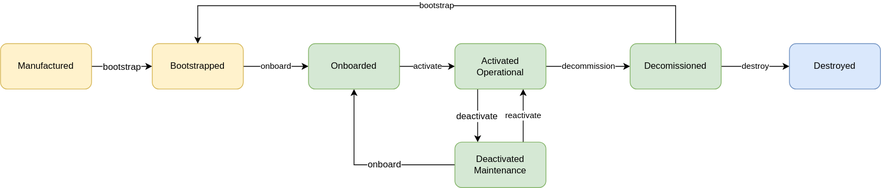
Earlier version of the draw.io export proposals/unified device lifecycle.svg (w3c/wot-architecture). Source tidied: cells renumbered, new cells last; positions are measured from the earlier drawing's top-left corner, leaving out a move shared by most shapes.
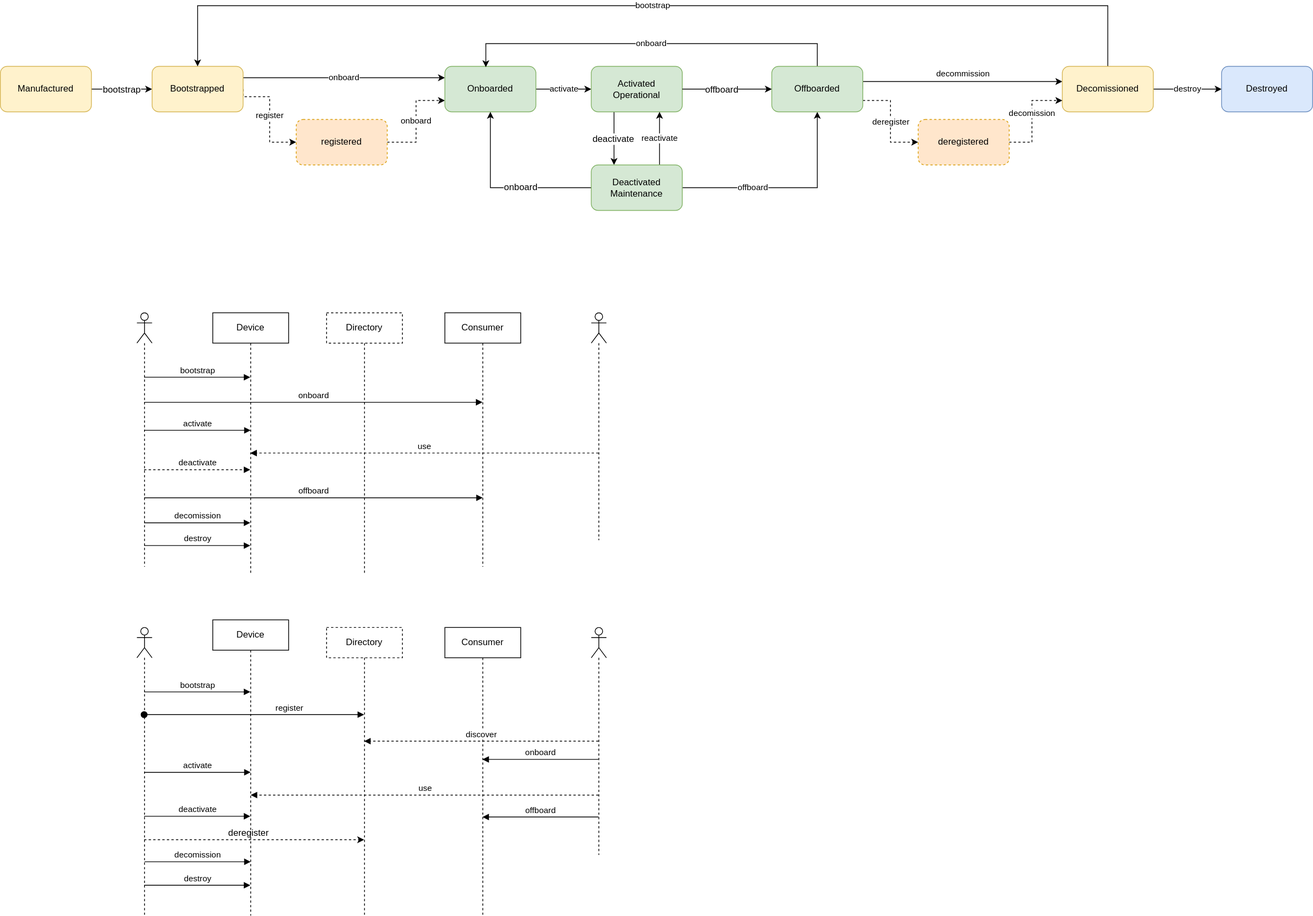
The same file after the commit.

Diff of the diagram source:
```diff
@@ -11,13 +11,25 @@
       </mxGeometry>
     </mxCell>
     <mxCell id="4" value="Manufactured" style="rounded=1;whiteSpace=wrap;html=1;fillColor=#fff2cc;strokeColor=#d6b656;" parent="1" vertex="1">
-      <mxGeometry y="50" width="120" height="60" as="geometry" />
+      <mxGeometry x="-180" y="50" width="120" height="60" as="geometry" />
     </mxCell>
-    <mxCell id="5" value="onboard" style="edgeStyle=orthogonalEdgeStyle;rounded=0;jettySize=auto;html=1;exitX=1;exitY=0.5;exitDx=0;exitDy=0;entryX=0;entryY=0.5;entryDx=0;entryDy=0;" parent="1" edge="1" source="6" target="8">
+    <mxCell id="5" value="onboard" style="edgeStyle=orthogonalEdgeStyle;rounded=0;jettySize=auto;html=1;entryX=0;entryY=0.75;entryDx=0;entryDy=0;dashed=1;" parent="1" edge="1" source="25" target="8">
       <mxGeometry relative="1" as="geometry" />
     </mxCell>
+    <mxCell id="21" value="register" style="edgeStyle=orthogonalEdgeStyle;rounded=0;jettySize=auto;html=1;exitX=1;exitY=0.5;exitDx=0;exitDy=0;entryX=0;entryY=0.5;entryDx=0;entryDy=0;dashed=1;" parent="1" edge="1" source="6" target="25">
+      <mxGeometry relative="1" as="geometry">
+        <Array as="points">
+          <mxPoint x="140" y="90" />
+          <mxPoint x="175" y="90" />
+          <mxPoint x="175" y="150" />
+        </Array>
+      </mxGeometry>
+    </mxCell>
+    <mxCell id="22" value="onboard" style="edgeStyle=orthogonalEdgeStyle;rounded=0;jettySize=auto;html=1;exitX=1;exitY=0.25;exitDx=0;exitDy=0;entryX=0;entryY=0.25;entryDx=0;entryDy=0;" parent="1" edge="1" source="6" target="8">
+      <mxGeometry relative="1" as="geometry" />
+    </mxCell>
     <mxCell id="6" value="Bootstrapped" style="rounded=1;whiteSpace=wrap;html=1;fillColor=#fff2cc;strokeColor=#d6b656;" parent="1" vertex="1">
-      <mxGeometry x="200" y="50" width="120" height="60" as="geometry" />
+      <mxGeometry x="20" y="50" width="120" height="60" as="geometry" />
     </mxCell>
     <mxCell id="7" value="activate" style="edgeStyle=orthogonalEdgeStyle;rounded=0;jettySize=auto;html=1;exitX=1;exitY=0.5;exitDx=0;exitDy=0;entryX=0;entryY=0.5;entryDx=0;entryDy=0;" parent="1" edge="1" source="8" target="12">
       <mxGeometry relative="1" as="geometry" />
@@ -31,8 +43,12 @@
     <mxCell id="10" value="deactivate" style="text;html=1;align=center;verticalAlign=middle;labelBackgroundColor=#ffffff;" parent="9" vertex="1">
       <mxGeometry y="-2" relative="1" as="geometry" />
     </mxCell>
-    <mxCell id="11" value="decommission" style="edgeStyle=orthogonalEdgeStyle;rounded=0;jettySize=auto;html=1;exitX=1;exitY=0.5;exitDx=0;exitDy=0;entryX=0;entryY=0.5;entryDx=0;entryDy=0;" parent="1" edge="1" source="12" target="19">
-      <mxGeometry relative="1" as="geometry" />
+    <mxCell id="11" value="decommission" style="edgeStyle=orthogonalEdgeStyle;rounded=0;jettySize=auto;html=1;exitX=1;exitY=0.5;exitDx=0;exitDy=0;" parent="1" edge="1" source="55" target="19">
+      <mxGeometry x="0.04" y="10" relative="1" as="geometry">
+        <Array as="points">
+          <mxPoint x="957" y="70" />
+        </Array>
+      </mxGeometry>
     </mxCell>
     <mxCell id="12" value="Activated&lt;br&gt;Operational" style="rounded=1;whiteSpace=wrap;html=1;fillColor=#d5e8d4;strokeColor=#82b366;" parent="1" vertex="1">
       <mxGeometry x="599" y="50" width="120" height="60" as="geometry" />
@@ -46,25 +62,256 @@
     <mxCell id="15" value="onboard" style="text;html=1;align=center;verticalAlign=middle;labelBackgroundColor=#ffffff;" parent="14" vertex="1">
       <mxGeometry x="-0.19" y="-1" relative="1" as="geometry" />
     </mxCell>
+    <mxCell id="23" value="offboard" style="edgeStyle=orthogonalEdgeStyle;rounded=0;jettySize=auto;html=1;exitX=1;exitY=0.5;exitDx=0;exitDy=0;" parent="1" edge="1" source="16" target="55">
+      <mxGeometry x="-0.33" relative="1" as="geometry" />
+    </mxCell>
     <mxCell id="16" value="Deactivated Maintenance" style="rounded=1;whiteSpace=wrap;html=1;fillColor=#d5e8d4;strokeColor=#82b366;" parent="1" vertex="1">
       <mxGeometry x="599" y="180" width="120" height="60" as="geometry" />
     </mxCell>
     <mxCell id="17" value="destroy" style="edgeStyle=orthogonalEdgeStyle;rounded=0;jettySize=auto;html=1;exitX=1;exitY=0.5;exitDx=0;exitDy=0;" parent="1" edge="1" source="19" target="20">
       <mxGeometry relative="1" as="geometry" />
     </mxCell>
-    <mxCell id="18" value="bootstrap" style="edgeStyle=orthogonalEdgeStyle;rounded=0;jettySize=auto;html=1;entryX=0.5;entryY=0;entryDx=0;entryDy=0;" parent="1" edge="1" source="19" target="6">
+    <mxCell id="18" value="bootstrap" style="edgeStyle=orthogonalEdgeStyle;rounded=0;jettySize=auto;html=1;entryX=0.5;entryY=0;entryDx=0;entryDy=0;exitX=0.5;exitY=0;exitDx=0;exitDy=0;" parent="1" edge="1" source="19" target="6">
       <mxGeometry relative="1" as="geometry">
         <Array as="points">
-          <mxPoint x="890" />
-          <mxPoint x="260" />
+          <mxPoint x="1280" y="-30" />
+          <mxPoint x="80" y="-30" />
         </Array>
       </mxGeometry>
     </mxCell>
-    <mxCell id="19" value="Decomissioned" style="rounded=1;whiteSpace=wrap;html=1;fillColor=#d5e8d4;strokeColor=#82b366;" parent="1" vertex="1">
-      <mxGeometry x="830" y="50" width="120" height="60" as="geometry" />
+    <mxCell id="19" value="Decomissioned" style="rounded=1;whiteSpace=wrap;html=1;fillColor=#fff2cc;strokeColor=#d6b656;" parent="1" vertex="1">
+      <mxGeometry x="1220" y="50" width="120" height="60" as="geometry" />
     </mxCell>
     <mxCell id="20" value="Destroyed" style="rounded=1;whiteSpace=wrap;html=1;fillColor=#dae8fc;strokeColor=#6c8ebf;" parent="1" vertex="1">
-      <mxGeometry x="1040" y="50" width="120" height="60" as="geometry" />
+      <mxGeometry x="1430" y="50" width="120" height="60" as="geometry" />
     </mxCell>
+    <mxCell id="24" style="shape=umlLifeline;participant=umlActor;perimeter=lifelinePerimeter;whiteSpace=wrap;html=1;verticalAlign=top;spacingTop=36;labelBackgroundColor=#ffffff;outlineConnect=0;" parent="1" vertex="1">
+      <mxGeometry y="375" width="20" height="335" as="geometry" />
+    </mxCell>
+    <mxCell id="25" value="registered" style="rounded=1;whiteSpace=wrap;html=1;fillColor=#ffe6cc;strokeColor=#d79b00;dashed=1;" parent="1" vertex="1">
+      <mxGeometry x="210" y="120" width="120" height="60" as="geometry" />
+    </mxCell>
+    <mxCell id="26" value="onboard" style="html=1;verticalAlign=bottom;endArrow=block;" parent="1" edge="1">
+      <mxGeometry relative="1" as="geometry">
+        <mxPoint x="9.5" y="493" as="sourcePoint" />
+        <mxPoint x="455.5" y="493" as="targetPoint" />
+        <Array as="points">
+          <mxPoint x="300" y="493" />
+        </Array>
+      </mxGeometry>
+    </mxCell>
+    <mxCell id="27" value="bootstrap" style="html=1;verticalAlign=bottom;endArrow=block;" parent="1" edge="1" source="24" target="28">
+      <mxGeometry relative="1" as="geometry">
+        <Array as="points">
+          <mxPoint x="90" y="460" />
+        </Array>
+      </mxGeometry>
+    </mxCell>
+    <mxCell id="28" value="Device" style="shape=umlLifeline;perimeter=lifelinePerimeter;whiteSpace=wrap;html=1;outlineConnect=0;" parent="1" vertex="1">
+      <mxGeometry x="100" y="375" width="100" height="345" as="geometry" />
+    </mxCell>
+    <mxCell id="29" value="Directory" style="shape=umlLifeline;perimeter=lifelinePerimeter;whiteSpace=wrap;html=1;dashed=1;" parent="1" vertex="1">
+      <mxGeometry x="250" y="375" width="100" height="345" as="geometry" />
+    </mxCell>
+    <mxCell id="30" value="Consumer" style="shape=umlLifeline;perimeter=lifelinePerimeter;whiteSpace=wrap;html=1;" parent="1" vertex="1">
+      <mxGeometry x="406" y="375" width="100" height="335" as="geometry" />
+    </mxCell>
+    <mxCell id="31" value="activate" style="html=1;verticalAlign=bottom;endArrow=block;" parent="1" edge="1">
+      <mxGeometry relative="1" as="geometry">
+        <mxPoint x="10" y="530" as="sourcePoint" />
+        <mxPoint x="150" y="530" as="targetPoint" />
+      </mxGeometry>
+    </mxCell>
+    <mxCell id="32" style="shape=umlLifeline;participant=umlActor;perimeter=lifelinePerimeter;whiteSpace=wrap;html=1;verticalAlign=top;spacingTop=36;labelBackgroundColor=#ffffff;" parent="1" vertex="1">
+      <mxGeometry x="599" y="375" width="20" height="300" as="geometry" />
+    </mxCell>
+    <mxCell id="33" value="deactivate" style="html=1;verticalAlign=bottom;endArrow=block;dashed=1;" parent="1" edge="1">
+      <mxGeometry relative="1" as="geometry">
+        <mxPoint x="9.5" y="582" as="sourcePoint" />
+        <mxPoint x="149.5" y="582" as="targetPoint" />
+        <Array as="points">
+          <mxPoint x="70" y="582" />
+        </Array>
+      </mxGeometry>
+    </mxCell>
+    <mxCell id="34" value="offboard" style="html=1;verticalAlign=bottom;endArrow=block;" parent="1" edge="1">
+      <mxGeometry relative="1" as="geometry">
+        <mxPoint x="9.5" y="619" as="sourcePoint" />
+        <mxPoint x="456" y="619" as="targetPoint" />
+      </mxGeometry>
+    </mxCell>
+    <mxCell id="35" value="decomission" style="html=1;verticalAlign=bottom;endArrow=block;" parent="1" edge="1">
+      <mxGeometry relative="1" as="geometry">
+        <mxPoint x="9.5" y="652" as="sourcePoint" />
+        <mxPoint x="149.5" y="652" as="targetPoint" />
+        <Array as="points">
+          <mxPoint x="60" y="652" />
+        </Array>
+      </mxGeometry>
+    </mxCell>
+    <mxCell id="36" style="shape=umlLifeline;participant=umlActor;perimeter=lifelinePerimeter;whiteSpace=wrap;html=1;verticalAlign=top;spacingTop=36;labelBackgroundColor=#ffffff;outlineConnect=0;" parent="1" vertex="1">
+      <mxGeometry y="790" width="20" height="380" as="geometry" />
+    </mxCell>
+    <mxCell id="37" value="register" style="html=1;verticalAlign=bottom;startArrow=oval;endArrow=block;startSize=8;" parent="1" edge="1" source="36" target="43">
+      <mxGeometry x="0.32" relative="1" as="geometry">
+        <Array as="points">
+          <mxPoint x="180" y="905" />
+        </Array>
+      </mxGeometry>
+    </mxCell>
+    <mxCell id="38" value="onboard" style="html=1;verticalAlign=bottom;endArrow=block;" parent="1" edge="1">
+      <mxGeometry relative="1" as="geometry">
+        <mxPoint x="608.5" y="964" as="sourcePoint" />
+        <mxPoint x="455.5" y="964" as="targetPoint" />
+        <Array as="points">
+          <mxPoint x="540" y="964" />
+        </Array>
+      </mxGeometry>
+    </mxCell>
+    <mxCell id="39" value="bootstrap" style="html=1;verticalAlign=bottom;endArrow=block;" parent="1" edge="1" source="36" target="42">
+      <mxGeometry relative="1" as="geometry">
+        <Array as="points">
+          <mxPoint x="90" y="875" />
+        </Array>
+      </mxGeometry>
+    </mxCell>
+    <mxCell id="40" style="edgeStyle=orthogonalEdgeStyle;rounded=0;jettySize=auto;html=1;dashed=1;" parent="1" edge="1" source="36">
+      <mxGeometry relative="1" as="geometry">
+        <mxPoint x="299.5" y="1070" as="targetPoint" />
+        <Array as="points">
+          <mxPoint x="70" y="1070" />
+          <mxPoint x="70" y="1070" />
+        </Array>
+      </mxGeometry>
+    </mxCell>
+    <mxCell id="41" value="deregister" style="text;html=1;align=center;verticalAlign=middle;labelBackgroundColor=#ffffff;" parent="40" vertex="1">
+      <mxGeometry x="0.07" y="-18" relative="1" as="geometry">
+        <mxPoint x="-19.5" y="-28" as="offset" />
+      </mxGeometry>
+    </mxCell>
+    <mxCell id="42" value="Device" style="shape=umlLifeline;perimeter=lifelinePerimeter;whiteSpace=wrap;html=1;outlineConnect=0;" parent="1" vertex="1">
+      <mxGeometry x="100" y="780" width="100" height="390" as="geometry" />
+    </mxCell>
+    <mxCell id="43" value="Directory" style="shape=umlLifeline;perimeter=lifelinePerimeter;whiteSpace=wrap;html=1;outlineConnect=0;dashed=1;" parent="1" vertex="1">
+      <mxGeometry x="250" y="790" width="100" height="380" as="geometry" />
+    </mxCell>
+    <mxCell id="44" value="Consumer" style="shape=umlLifeline;perimeter=lifelinePerimeter;whiteSpace=wrap;html=1;" parent="1" vertex="1">
+      <mxGeometry x="406" y="790" width="100" height="380" as="geometry" />
+    </mxCell>
+    <mxCell id="45" value="activate" style="html=1;verticalAlign=bottom;endArrow=block;" parent="1" edge="1">
+      <mxGeometry relative="1" as="geometry">
+        <mxPoint x="10" y="981" as="sourcePoint" />
+        <mxPoint x="150" y="981" as="targetPoint" />
+        <Array as="points">
+          <mxPoint x="80" y="981" />
+        </Array>
+      </mxGeometry>
+    </mxCell>
+    <mxCell id="46" style="shape=umlLifeline;participant=umlActor;perimeter=lifelinePerimeter;whiteSpace=wrap;html=1;verticalAlign=top;spacingTop=36;labelBackgroundColor=#ffffff;outlineConnect=0;" parent="1" vertex="1">
+      <mxGeometry x="599" y="790" width="20" height="300" as="geometry" />
+    </mxCell>
+    <mxCell id="47" value="deactivate" style="html=1;verticalAlign=bottom;endArrow=block;" parent="1" edge="1">
+      <mxGeometry relative="1" as="geometry">
+        <mxPoint x="9.5" y="1039" as="sourcePoint" />
+        <mxPoint x="149.5" y="1039" as="targetPoint" />
+        <Array as="points">
+          <mxPoint x="70" y="1039" />
+        </Array>
+      </mxGeometry>
+    </mxCell>
+    <mxCell id="48" value="decomission" style="html=1;verticalAlign=bottom;endArrow=block;" parent="1" edge="1">
+      <mxGeometry relative="1" as="geometry">
+        <mxPoint x="10" y="1099" as="sourcePoint" />
+        <mxPoint x="150" y="1099" as="targetPoint" />
+      </mxGeometry>
+    </mxCell>
+    <mxCell id="49" value="decomission" style="edgeStyle=orthogonalEdgeStyle;rounded=0;jettySize=auto;html=1;entryX=0;entryY=0.75;entryDx=0;entryDy=0;dashed=1;exitX=1;exitY=0.5;exitDx=0;exitDy=0;" parent="1" edge="1" source="50" target="19">
+      <mxGeometry x="-0.24" y="20" relative="1" as="geometry">
+        <Array as="points">
+          <mxPoint x="1180" y="150" />
+          <mxPoint x="1180" y="95" />
+        </Array>
+        <mxPoint x="20" y="-20" as="offset" />
+      </mxGeometry>
+    </mxCell>
+    <mxCell id="50" value="deregistered" style="rounded=1;whiteSpace=wrap;html=1;fillColor=#ffe6cc;strokeColor=#d79b00;dashed=1;" parent="1" vertex="1">
+      <mxGeometry x="1030" y="120" width="120" height="60" as="geometry" />
+    </mxCell>
+    <mxCell id="51" value="use" style="html=1;verticalAlign=bottom;endArrow=block;dashed=1;" parent="1" edge="1">
+      <mxGeometry relative="1" as="geometry">
+        <mxPoint x="608.5" y="560" as="sourcePoint" />
+        <mxPoint x="149.5" y="560" as="targetPoint" />
+        <Array as="points">
+          <mxPoint x="380" y="560" />
+        </Array>
+      </mxGeometry>
+    </mxCell>
+    <mxCell id="52" value="use" style="html=1;verticalAlign=bottom;endArrow=block;dashed=1;entryX=0.5;entryY=0.594;entryDx=0;entryDy=0;entryPerimeter=0;" parent="1" edge="1">
+      <mxGeometry relative="1" as="geometry">
+        <mxPoint x="608.5" y="1011.1" as="sourcePoint" />
+        <mxPoint x="150" y="1011" as="targetPoint" />
+        <Array as="points">
+          <mxPoint x="440" y="1011.1" />
+        </Array>
+      </mxGeometry>
+    </mxCell>
+    <mxCell id="53" value="deregister" style="edgeStyle=orthogonalEdgeStyle;rounded=0;jettySize=auto;html=1;exitX=1;exitY=0.75;exitDx=0;exitDy=0;entryX=0;entryY=0.5;entryDx=0;entryDy=0;dashed=1;" parent="1" edge="1" source="55" target="50">
+      <mxGeometry relative="1" as="geometry" />
+    </mxCell>
+    <mxCell id="54" value="onboard" style="edgeStyle=orthogonalEdgeStyle;rounded=0;jettySize=auto;html=1;exitX=0.5;exitY=0;exitDx=0;exitDy=0;entryX=0.45;entryY=0.017;entryDx=0;entryDy=0;entryPerimeter=0;" parent="1" edge="1" source="55" target="8">
+      <mxGeometry relative="1" as="geometry">
+        <Array as="points">
+          <mxPoint x="897" y="20" />
+          <mxPoint x="460" y="20" />
+        </Array>
+      </mxGeometry>
+    </mxCell>
+    <mxCell id="55" value="Offboarded" style="rounded=1;whiteSpace=wrap;html=1;fillColor=#d5e8d4;strokeColor=#82b366;" parent="1" vertex="1">
+      <mxGeometry x="837" y="50" width="120" height="60" as="geometry" />
+    </mxCell>
+    <mxCell id="56" style="edgeStyle=orthogonalEdgeStyle;rounded=0;jettySize=auto;html=1;exitX=1;exitY=0.5;exitDx=0;exitDy=0;" parent="1" edge="1" source="12" target="55">
+      <mxGeometry relative="1" as="geometry">
+        <Array as="points">
+          <mxPoint x="790" y="80" />
+          <mxPoint x="790" y="80" />
+        </Array>
+      </mxGeometry>
+    </mxCell>
+    <mxCell id="57" value="offboard" style="text;html=1;align=center;verticalAlign=middle;labelBackgroundColor=#ffffff;" parent="56" vertex="1">
+      <mxGeometry x="-0.78" y="1" relative="1" as="geometry">
+        <mxPoint x="38" y="1" as="offset" />
+      </mxGeometry>
+    </mxCell>
+    <mxCell id="58" value="discover" style="html=1;verticalAlign=bottom;endArrow=block;dashed=1;" parent="1" edge="1" source="46" target="43">
+      <mxGeometry relative="1" as="geometry">
+        <Array as="points">
+          <mxPoint x="450" y="940" />
+        </Array>
+      </mxGeometry>
+    </mxCell>
+    <mxCell id="59" value="offboard" style="html=1;verticalAlign=bottom;endArrow=block;" parent="1" edge="1">
+      <mxGeometry relative="1" as="geometry">
+        <mxPoint x="608.5" y="1040" as="sourcePoint" />
+        <mxPoint x="455.5" y="1040" as="targetPoint" />
+        <Array as="points">
+          <mxPoint x="550" y="1040" />
+        </Array>
+      </mxGeometry>
+    </mxCell>
+    <mxCell id="60" value="destroy" style="html=1;verticalAlign=bottom;endArrow=block;" parent="1" edge="1">
+      <mxGeometry relative="1" as="geometry">
+        <mxPoint x="9.5" y="682" as="sourcePoint" />
+        <mxPoint x="149.5" y="682" as="targetPoint" />
+        <Array as="points">
+          <mxPoint x="70" y="682" />
+        </Array>
+      </mxGeometry>
+    </mxCell>
+    <mxCell id="61" value="destroy" style="html=1;verticalAlign=bottom;endArrow=block;" parent="1" edge="1">
+      <mxGeometry relative="1" as="geometry">
+        <mxPoint x="9.5" y="1130" as="sourcePoint" />
+        <mxPoint x="149.5" y="1130" as="targetPoint" />
+      </mxGeometry>
+    </mxCell>
   </root>
 </mxGraphModel>
```
